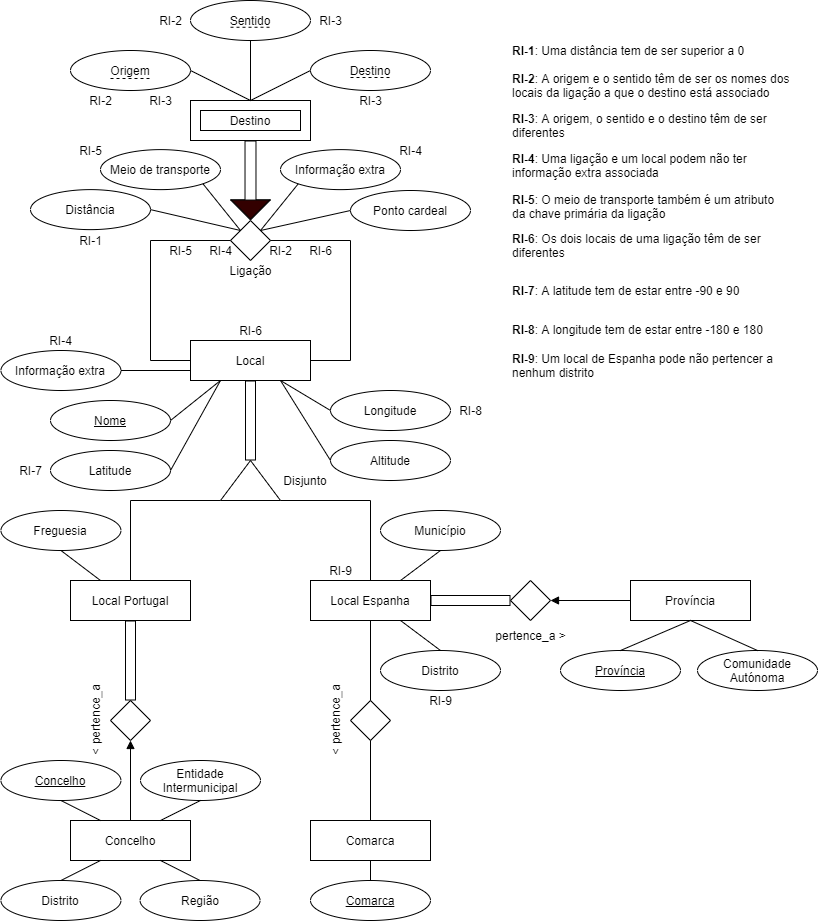
The draw.io diagram src/viajar/base_dados/diagrama_e_a.png in migueldgoncalves/Viajar, before a commit. Source tidied: cells renumbered, new cells last; positions are measured from the earlier drawing's top-left corner, leaving out a move shared by most shapes.
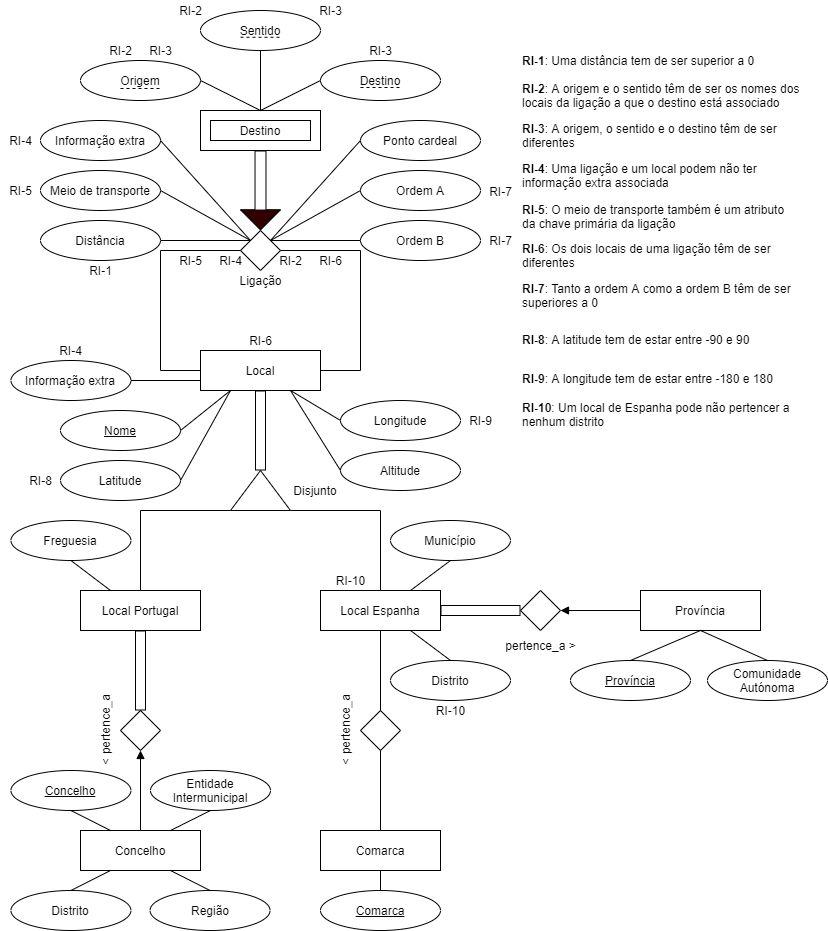
After the change.

The edit, as a diff of the source:
```diff
@@ -192,16 +192,16 @@
       <mxGeometry x="139.6" y="880" width="120" height="40" as="geometry" />
     </mxCell>
     <mxCell id="57" value="Ponto cardeal" style="ellipse;whiteSpace=wrap;html=1;fillColor=none;" parent="1" vertex="1">
-      <mxGeometry x="350" y="190" width="120" height="40" as="geometry" />
+      <mxGeometry x="350" y="110" width="120" height="40" as="geometry" />
     </mxCell>
     <mxCell id="58" value="Distância" style="ellipse;whiteSpace=wrap;html=1;fillColor=none;" parent="1" vertex="1">
-      <mxGeometry x="30" y="189.1" width="120" height="40" as="geometry" />
+      <mxGeometry x="30" y="210" width="120" height="40" as="geometry" />
     </mxCell>
     <mxCell id="59" value="Informação extra" style="ellipse;whiteSpace=wrap;html=1;fillColor=none;" parent="1" vertex="1">
-      <mxGeometry x="280" y="149.1" width="120" height="40" as="geometry" />
+      <mxGeometry x="30" y="110" width="120" height="40" as="geometry" />
     </mxCell>
     <mxCell id="60" value="Meio de transporte" style="ellipse;whiteSpace=wrap;html=1;fillColor=none;" parent="1" vertex="1">
-      <mxGeometry x="100" y="149.1" width="120" height="40" as="geometry" />
+      <mxGeometry x="30" y="160" width="120" height="40" as="geometry" />
     </mxCell>
     <mxCell id="61" style="endArrow=none;html=1;entryX=0.5;entryY=0;entryDx=0;entryDy=0;exitX=1;exitY=0.5;exitDx=0;exitDy=0;" parent="1" edge="1" source="41" target="9">
       <mxGeometry relative="1" as="geometry" />
@@ -215,10 +215,10 @@
     <mxCell id="64" style="endArrow=none;html=1;entryX=0;entryY=0;entryDx=0;entryDy=0;exitX=1;exitY=0.5;exitDx=0;exitDy=0;" parent="1" edge="1" source="58" target="10">
       <mxGeometry relative="1" as="geometry" />
     </mxCell>
-    <mxCell id="65" style="endArrow=none;html=1;entryX=0;entryY=0;entryDx=0;entryDy=0;exitX=1;exitY=1;exitDx=0;exitDy=0;" parent="1" edge="1" source="60" target="10">
+    <mxCell id="65" style="endArrow=none;html=1;entryX=0;entryY=0;entryDx=0;entryDy=0;exitX=1;exitY=0.5;exitDx=0;exitDy=0;" parent="1" edge="1" source="60" target="10">
       <mxGeometry relative="1" as="geometry" />
     </mxCell>
-    <mxCell id="66" style="endArrow=none;html=1;entryX=1;entryY=0;entryDx=0;entryDy=0;exitX=0;exitY=1;exitDx=0;exitDy=0;" parent="1" edge="1" source="59" target="10">
+    <mxCell id="66" style="endArrow=none;html=1;entryX=0;entryY=0;entryDx=0;entryDy=0;exitX=1;exitY=0.5;exitDx=0;exitDy=0;" parent="1" edge="1" source="59" target="10">
       <mxGeometry relative="1" as="geometry" />
     </mxCell>
     <mxCell id="67" style="endArrow=none;html=1;entryX=1;entryY=0;entryDx=0;entryDy=0;exitX=0;exitY=0.5;exitDx=0;exitDy=0;" parent="1" edge="1" source="57" target="10">
@@ -288,16 +288,16 @@
       <mxGeometry x="510" y="40" width="280" height="20" as="geometry" />
     </mxCell>
     <mxCell id="86" value="RI-1" style="text;html=1;align=center;verticalAlign=middle;" parent="1" vertex="1">
-      <mxGeometry x="70" y="230" width="40" height="20" as="geometry" />
+      <mxGeometry x="70" y="250" width="40" height="20" as="geometry" />
     </mxCell>
     <mxCell id="87" value="&lt;b&gt;RI-2&lt;/b&gt;: A origem e o sentido têm de ser os nomes dos locais da ligação a que o destino está associado" style="text;html=1;strokeColor=none;fillColor=none;align=left;verticalAlign=middle;whiteSpace=wrap;rounded=0;" parent="1" vertex="1">
       <mxGeometry x="510" y="70" width="280" height="30" as="geometry" />
     </mxCell>
     <mxCell id="88" value="RI-2" style="text;html=1;align=center;verticalAlign=middle;" parent="1" vertex="1">
-      <mxGeometry x="150" y="10" width="40" height="20" as="geometry" />
+      <mxGeometry x="160" y="-10" width="40" height="20" as="geometry" />
     </mxCell>
     <mxCell id="89" value="RI-2" style="text;html=1;align=center;verticalAlign=middle;" parent="1" vertex="1">
-      <mxGeometry x="80.4" y="90" width="40" height="20" as="geometry" />
+      <mxGeometry x="90" y="30" width="40" height="20" as="geometry" />
     </mxCell>
     <mxCell id="90" value="RI-2" style="text;html=1;align=center;verticalAlign=middle;" parent="1" vertex="1">
       <mxGeometry x="260" y="240" width="40" height="20" as="geometry" />
@@ -306,30 +306,30 @@
       <mxGeometry x="510" y="150" width="280" height="30" as="geometry" />
     </mxCell>
     <mxCell id="92" value="RI-4" style="text;html=1;align=center;verticalAlign=middle;" parent="1" vertex="1">
-      <mxGeometry x="390" y="140" width="40" height="20" as="geometry" />
+      <mxGeometry x="-10" y="120" width="40" height="20" as="geometry" />
     </mxCell>
     <mxCell id="93" value="RI-4" style="text;html=1;align=center;verticalAlign=middle;" parent="1" vertex="1">
       <mxGeometry x="200" y="240" width="40" height="20" as="geometry" />
     </mxCell>
-    <mxCell id="94" value="&lt;b&gt;RI-7&lt;/b&gt;: A latitude tem de estar entre -90 e 90" style="text;html=1;strokeColor=none;fillColor=none;align=left;verticalAlign=middle;whiteSpace=wrap;rounded=0;" parent="1" vertex="1">
-      <mxGeometry x="510" y="280" width="280" height="20" as="geometry" />
+    <mxCell id="94" value="&lt;b&gt;RI-8&lt;/b&gt;: A latitude tem de estar entre -90 e 90" style="text;html=1;strokeColor=none;fillColor=none;align=left;verticalAlign=middle;whiteSpace=wrap;rounded=0;" parent="1" vertex="1">
+      <mxGeometry x="510" y="319" width="280" height="20" as="geometry" />
     </mxCell>
-    <mxCell id="95" value="RI-7" style="text;html=1;align=center;verticalAlign=middle;" parent="1" vertex="1">
+    <mxCell id="95" value="RI-8" style="text;html=1;align=center;verticalAlign=middle;" parent="1" vertex="1">
       <mxGeometry x="10" y="460" width="40" height="20" as="geometry" />
     </mxCell>
-    <mxCell id="96" value="&lt;b&gt;RI-8&lt;/b&gt;: A longitude tem de estar entre -180 e 180" style="text;html=1;strokeColor=none;fillColor=none;align=left;verticalAlign=middle;whiteSpace=wrap;rounded=0;" parent="1" vertex="1">
-      <mxGeometry x="510" y="319.1" width="280" height="20" as="geometry" />
+    <mxCell id="96" value="&lt;b&gt;RI-9&lt;/b&gt;: A longitude tem de estar entre -180 e 180" style="text;html=1;strokeColor=none;fillColor=none;align=left;verticalAlign=middle;whiteSpace=wrap;rounded=0;" parent="1" vertex="1">
+      <mxGeometry x="510" y="358.1" width="280" height="20" as="geometry" />
     </mxCell>
-    <mxCell id="97" value="RI-8" style="text;html=1;align=center;verticalAlign=middle;" parent="1" vertex="1">
+    <mxCell id="97" value="RI-9" style="text;html=1;align=center;verticalAlign=middle;" parent="1" vertex="1">
       <mxGeometry x="450" y="400" width="40" height="20" as="geometry" />
     </mxCell>
-    <mxCell id="98" value="&lt;b&gt;RI-9&lt;/b&gt;: Um local de Espanha pode não pertencer a nenhum distrito" style="text;html=1;strokeColor=none;fillColor=none;align=left;verticalAlign=middle;whiteSpace=wrap;rounded=0;" parent="1" vertex="1">
-      <mxGeometry x="510" y="350" width="280" height="30" as="geometry" />
+    <mxCell id="98" value="&lt;b&gt;RI-10&lt;/b&gt;: Um local de Espanha pode não pertencer a nenhum distrito" style="text;html=1;strokeColor=none;fillColor=none;align=left;verticalAlign=middle;whiteSpace=wrap;rounded=0;" parent="1" vertex="1">
+      <mxGeometry x="510" y="389" width="280" height="30" as="geometry" />
     </mxCell>
-    <mxCell id="99" value="RI-9" style="text;html=1;align=center;verticalAlign=middle;" parent="1" vertex="1">
+    <mxCell id="99" value="RI-10" style="text;html=1;align=center;verticalAlign=middle;" parent="1" vertex="1">
       <mxGeometry x="420" y="690" width="40" height="20" as="geometry" />
     </mxCell>
-    <mxCell id="100" value="RI-9" style="text;html=1;align=center;verticalAlign=middle;" parent="1" vertex="1">
+    <mxCell id="100" value="RI-10" style="text;html=1;align=center;verticalAlign=middle;" parent="1" vertex="1">
       <mxGeometry x="320" y="560" width="40" height="20" as="geometry" />
     </mxCell>
     <mxCell id="101" value="&lt;b&gt;RI-5&lt;/b&gt;: O meio de transporte também é um atributo da chave primária da ligação" style="text;html=1;strokeColor=none;fillColor=none;align=left;verticalAlign=middle;whiteSpace=wrap;rounded=0;" parent="1" vertex="1">
@@ -339,7 +339,7 @@
       <mxGeometry x="510" y="230" width="280" height="30.1" as="geometry" />
     </mxCell>
     <mxCell id="103" value="RI-5" style="text;html=1;align=center;verticalAlign=middle;" parent="1" vertex="1">
-      <mxGeometry x="70" y="140" width="40" height="20" as="geometry" />
+      <mxGeometry x="-10" y="170" width="40" height="20" as="geometry" />
     </mxCell>
     <mxCell id="104" value="RI-5" style="text;html=1;align=center;verticalAlign=middle;" parent="1" vertex="1">
       <mxGeometry x="160" y="240" width="40" height="20" as="geometry" />
@@ -354,13 +354,13 @@
       <mxGeometry x="510" y="110" width="280" height="30" as="geometry" />
     </mxCell>
     <mxCell id="108" value="RI-3" style="text;html=1;align=center;verticalAlign=middle;" parent="1" vertex="1">
-      <mxGeometry x="139.6" y="90" width="40" height="20" as="geometry" />
+      <mxGeometry x="130" y="30" width="40" height="20" as="geometry" />
     </mxCell>
     <mxCell id="109" value="RI-3" style="text;html=1;align=center;verticalAlign=middle;" parent="1" vertex="1">
-      <mxGeometry x="310" y="10" width="40" height="20" as="geometry" />
+      <mxGeometry x="300" y="-10" width="40" height="20" as="geometry" />
     </mxCell>
     <mxCell id="110" value="RI-3" style="text;html=1;align=center;verticalAlign=middle;" parent="1" vertex="1">
-      <mxGeometry x="350" y="90" width="40" height="20" as="geometry" />
+      <mxGeometry x="350" y="30" width="40" height="20" as="geometry" />
     </mxCell>
     <mxCell id="111" value="Informação extra" style="ellipse;whiteSpace=wrap;html=1;fillColor=none;" parent="1" vertex="1">
       <mxGeometry x="0.4" y="350" width="120" height="40" as="geometry" />
@@ -368,5 +368,26 @@
     <mxCell id="112" value="RI-4" style="text;html=1;align=center;verticalAlign=middle;" parent="1" vertex="1">
       <mxGeometry x="40.4" y="330" width="40" height="20" as="geometry" />
     </mxCell>
+    <mxCell id="113" value="Ordem A" style="ellipse;whiteSpace=wrap;html=1;fillColor=none;" parent="1" vertex="1">
+      <mxGeometry x="350" y="160" width="120" height="40" as="geometry" />
+    </mxCell>
+    <mxCell id="114" value="Ordem B" style="ellipse;whiteSpace=wrap;html=1;fillColor=none;" parent="1" vertex="1">
+      <mxGeometry x="350" y="210" width="120" height="40" as="geometry" />
+    </mxCell>
+    <mxCell id="115" style="endArrow=none;html=1;entryX=0;entryY=0.5;entryDx=0;entryDy=0;exitX=1;exitY=0;exitDx=0;exitDy=0;" parent="1" edge="1" source="10" target="113">
+      <mxGeometry relative="1" as="geometry" />
+    </mxCell>
+    <mxCell id="116" style="endArrow=none;html=1;exitX=1;exitY=0;exitDx=0;exitDy=0;entryX=0;entryY=0.5;entryDx=0;entryDy=0;" parent="1" edge="1" source="10" target="114">
+      <mxGeometry relative="1" as="geometry" />
+    </mxCell>
+    <mxCell id="117" value="&lt;b&gt;RI-7&lt;/b&gt;: Tanto a ordem A como a ordem B têm de ser superiores a 0" style="text;html=1;strokeColor=none;fillColor=none;align=left;verticalAlign=middle;whiteSpace=wrap;rounded=0;" parent="1" vertex="1">
+      <mxGeometry x="510" y="270" width="280" height="30" as="geometry" />
+    </mxCell>
+    <mxCell id="118" value="RI-7" style="text;html=1;align=center;verticalAlign=middle;" parent="1" vertex="1">
+      <mxGeometry x="470" y="171" width="40" height="20" as="geometry" />
+    </mxCell>
+    <mxCell id="119" value="RI-7" style="text;html=1;align=center;verticalAlign=middle;" parent="1" vertex="1">
+      <mxGeometry x="470" y="220" width="40" height="20" as="geometry" />
+    </mxCell>
   </root>
 </mxGraphModel>
```
